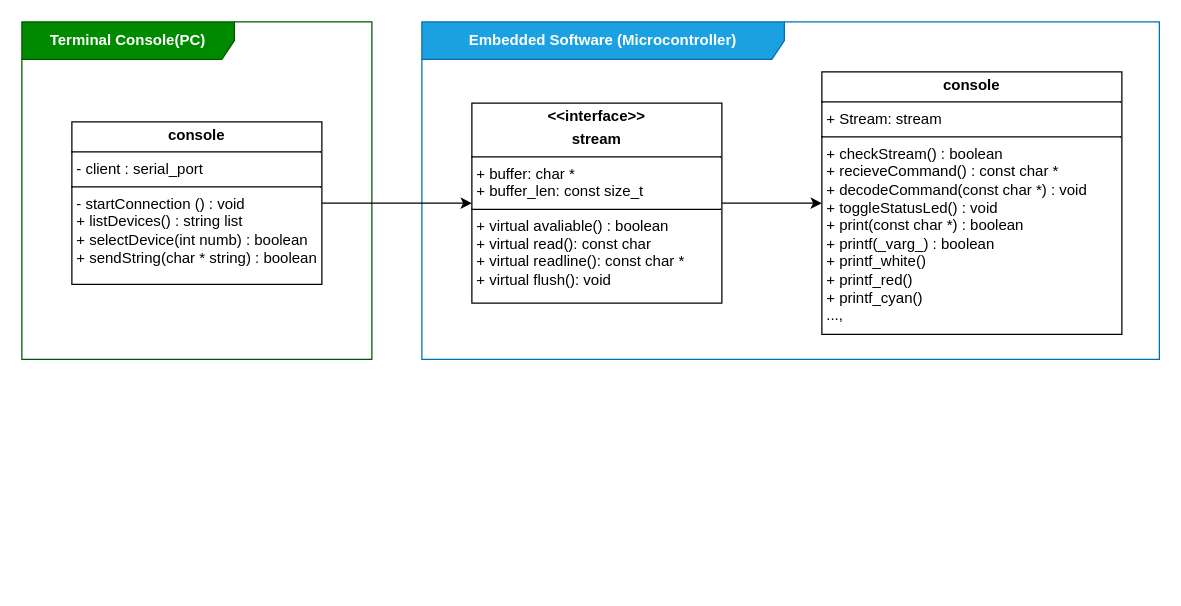
Flynsky/Embedded_Console keeps this draw.io diagram as doc/pic/overview_uml.drawio. Above is the earlier version. Source tidied: cells renumbered, new cells numbered last; positions are measured from the earlier drawing's top-left corner, leaving out a move shared by most shapes. Both pictures are drawn from the tidied source at 125%, with x=0, y=0 at pixel (21, 21).
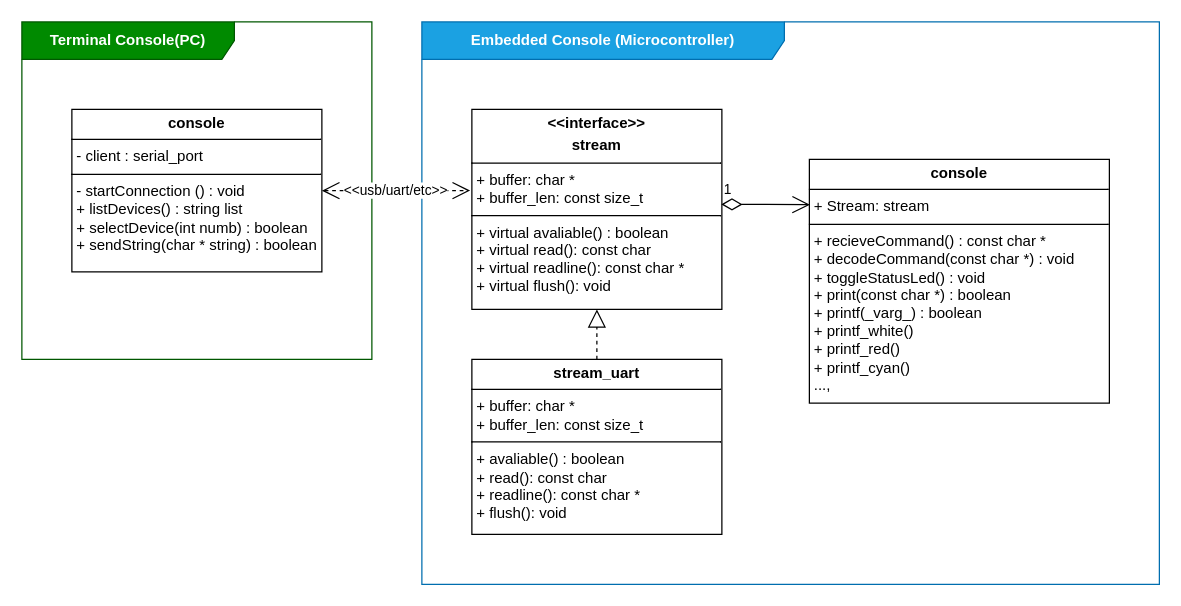
The same page after the edit.

What changed in the source:
```diff
@@
 <mxGraphModel>
   <root>
     <mxCell id="0" />
     <mxCell id="1" parent="0" />
-    <mxCell id="2" value="&lt;span style=&quot;font-weight: 700;&quot;&gt;Embedded Software (Microcontroller)&lt;/span&gt;" style="shape=umlFrame;whiteSpace=wrap;html=1;width=290;height=30;fillColor=#1ba1e2;fontColor=#ffffff;strokeColor=#006EAF;" parent="1" vertex="1">
-      <mxGeometry x="320" width="590" height="270" as="geometry" />
+    <mxCell id="2" value="&lt;span style=&quot;font-weight: 700;&quot;&gt;Embedded Console (Microcontroller)&lt;/span&gt;" style="shape=umlFrame;whiteSpace=wrap;html=1;width=290;height=30;fillColor=#1ba1e2;fontColor=#ffffff;strokeColor=#006EAF;" parent="1" vertex="1">
+      <mxGeometry x="320" width="590" height="450" as="geometry" />
     </mxCell>
-    <mxCell id="3" value="&lt;p style=&quot;margin:0px;margin-top:4px;text-align:center;&quot;&gt;&lt;b&gt;console&lt;/b&gt;&lt;/p&gt;&lt;hr size=&quot;1&quot; style=&quot;border-style:solid;&quot;&gt;&lt;p style=&quot;margin:0px;margin-left:4px;&quot;&gt;+ Stream: stream&lt;br&gt;&lt;/p&gt;&lt;hr size=&quot;1&quot; style=&quot;border-style:solid;&quot;&gt;&lt;p style=&quot;margin:0px;margin-left:4px;&quot;&gt;+ checkStream() : boolean&lt;/p&gt;&lt;p style=&quot;margin:0px;margin-left:4px;&quot;&gt;+ recieveCommand() : const char *&lt;/p&gt;&lt;p style=&quot;margin:0px;margin-left:4px;&quot;&gt;+ decodeCommand(const char *) : void&lt;/p&gt;&lt;p style=&quot;margin:0px;margin-left:4px;&quot;&gt;+ toggleStatusLed() : void&lt;/p&gt;&lt;p style=&quot;margin: 0px 0px 0px 4px;&quot;&gt;+ print(const char *) : boolean&lt;/p&gt;&lt;p style=&quot;margin: 0px 0px 0px 4px;&quot;&gt;+ printf(_varg_) : boolean&lt;/p&gt;&lt;p style=&quot;margin: 0px 0px 0px 4px;&quot;&gt;+ printf_white()&lt;/p&gt;&lt;p style=&quot;margin: 0px 0px 0px 4px;&quot;&gt;+ printf_red()&lt;/p&gt;&lt;p style=&quot;margin: 0px 0px 0px 4px;&quot;&gt;+ printf_cyan(&lt;span style=&quot;background-color: transparent; color: light-dark(rgb(0, 0, 0), rgb(255, 255, 255));&quot;&gt;)&lt;/span&gt;&lt;/p&gt;&lt;p style=&quot;margin: 0px 0px 0px 4px;&quot;&gt;&lt;span style=&quot;background-color: transparent; color: light-dark(rgb(0, 0, 0), rgb(255, 255, 255));&quot;&gt;...,&lt;/span&gt;&lt;/p&gt;" style="verticalAlign=top;align=left;overflow=fill;html=1;whiteSpace=wrap;" parent="1" vertex="1">
-      <mxGeometry x="640" y="40" width="240" height="210" as="geometry" />
+    <mxCell id="3" value="&lt;p style=&quot;margin:0px;margin-top:4px;text-align:center;&quot;&gt;&lt;b&gt;console&lt;/b&gt;&lt;/p&gt;&lt;hr size=&quot;1&quot; style=&quot;border-style:solid;&quot;&gt;&lt;p style=&quot;margin:0px;margin-left:4px;&quot;&gt;+ Stream: stream&lt;br&gt;&lt;/p&gt;&lt;hr size=&quot;1&quot; style=&quot;border-style:solid;&quot;&gt;&lt;p style=&quot;margin:0px;margin-left:4px;&quot;&gt;&lt;span style=&quot;background-color: transparent; color: light-dark(rgb(0, 0, 0), rgb(255, 255, 255));&quot;&gt;+ recieveCommand() : const char *&lt;/span&gt;&lt;/p&gt;&lt;p style=&quot;margin:0px;margin-left:4px;&quot;&gt;+ decodeCommand(const char *) : void&lt;/p&gt;&lt;p style=&quot;margin:0px;margin-left:4px;&quot;&gt;+ toggleStatusLed() : void&lt;/p&gt;&lt;p style=&quot;margin: 0px 0px 0px 4px;&quot;&gt;+ print(const char *) : boolean&lt;/p&gt;&lt;p style=&quot;margin: 0px 0px 0px 4px;&quot;&gt;+ printf(_varg_) : boolean&lt;/p&gt;&lt;p style=&quot;margin: 0px 0px 0px 4px;&quot;&gt;+ printf_white()&lt;/p&gt;&lt;p style=&quot;margin: 0px 0px 0px 4px;&quot;&gt;+ printf_red()&lt;/p&gt;&lt;p style=&quot;margin: 0px 0px 0px 4px;&quot;&gt;+ printf_cyan(&lt;span style=&quot;background-color: transparent; color: light-dark(rgb(0, 0, 0), rgb(255, 255, 255));&quot;&gt;)&lt;/span&gt;&lt;/p&gt;&lt;p style=&quot;margin: 0px 0px 0px 4px;&quot;&gt;&lt;span style=&quot;background-color: transparent; color: light-dark(rgb(0, 0, 0), rgb(255, 255, 255));&quot;&gt;...,&lt;/span&gt;&lt;/p&gt;" style="verticalAlign=top;align=left;overflow=fill;html=1;whiteSpace=wrap;" parent="1" vertex="1">
+      <mxGeometry x="630" y="110" width="240" height="195" as="geometry" />
     </mxCell>
-    <mxCell id="4" style="edgeStyle=orthogonalEdgeStyle;rounded=0;jettySize=auto;html=1;" parent="1" edge="1" source="5" target="3">
-      <mxGeometry relative="1" as="geometry" />
-    </mxCell>
     <mxCell id="5" value="&lt;p style=&quot;margin:0px;margin-top:4px;text-align:center;&quot;&gt;&lt;b&gt;&amp;lt;&amp;lt;interface&amp;gt;&amp;gt;&lt;/b&gt;&lt;/p&gt;&lt;p style=&quot;margin:0px;margin-top:4px;text-align:center;&quot;&gt;&lt;b&gt;stream&lt;/b&gt;&lt;/p&gt;&lt;hr size=&quot;1&quot; style=&quot;border-style:solid;&quot;&gt;&lt;p style=&quot;margin:0px;margin-left:4px;&quot;&gt;+ buffer: char *&lt;br&gt;+ buffer_len: const size_t&lt;/p&gt;&lt;hr size=&quot;1&quot; style=&quot;border-style:solid;&quot;&gt;&lt;p style=&quot;margin:0px;margin-left:4px;&quot;&gt;+ virtual avaliable() : boolean&lt;/p&gt;&lt;p style=&quot;margin:0px;margin-left:4px;&quot;&gt;+ virtual read(): const char&lt;/p&gt;&lt;p style=&quot;margin:0px;margin-left:4px;&quot;&gt;+ virtual readline(): const char *&lt;/p&gt;&lt;p style=&quot;margin:0px;margin-left:4px;&quot;&gt;+ virtual flush(): void&lt;/p&gt;&lt;p style=&quot;margin:0px;margin-left:4px;&quot;&gt;&lt;br&gt;&lt;/p&gt;" style="verticalAlign=top;align=left;overflow=fill;html=1;whiteSpace=wrap;" parent="1" vertex="1">
-      <mxGeometry x="360" y="65" width="200" height="160" as="geometry" />
+      <mxGeometry x="360" y="70" width="200" height="160" as="geometry" />
     </mxCell>
     <mxCell id="6" value="&lt;span style=&quot;font-weight: 700;&quot;&gt;Terminal Console(PC)&lt;/span&gt;" style="shape=umlFrame;whiteSpace=wrap;html=1;width=170;height=30;fillColor=#008a00;fontColor=#ffffff;strokeColor=#005700;" parent="1" vertex="1">
       <mxGeometry width="280" height="270" as="geometry" />
     </mxCell>
+    <mxCell id="8" value="&lt;p style=&quot;margin:0px;margin-top:4px;text-align:center;&quot;&gt;&lt;b&gt;console&lt;/b&gt;&lt;/p&gt;&lt;hr size=&quot;1&quot; style=&quot;border-style:solid;&quot;&gt;&lt;p style=&quot;margin:0px;margin-left:4px;&quot;&gt;- client : serial_port&lt;br&gt;&lt;/p&gt;&lt;hr size=&quot;1&quot; style=&quot;border-style:solid;&quot;&gt;&lt;p style=&quot;margin:0px;margin-left:4px;&quot;&gt;- startConnection () : void&lt;/p&gt;&lt;p style=&quot;margin:0px;margin-left:4px;&quot;&gt;&lt;span style=&quot;background-color: transparent; color: light-dark(rgb(0, 0, 0), rgb(255, 255, 255));&quot;&gt;+ listDevices() : string list&lt;/span&gt;&lt;/p&gt;&lt;p style=&quot;margin:0px;margin-left:4px;&quot;&gt;+ selectDevice(int numb) : boolean&lt;/p&gt;&lt;p style=&quot;margin:0px;margin-left:4px;&quot;&gt;+ sendString(char * string) : boolean&lt;/p&gt;&lt;p style=&quot;margin:0px;margin-left:4px;&quot;&gt;&lt;br&gt;&lt;/p&gt;" style="verticalAlign=top;align=left;overflow=fill;html=1;whiteSpace=wrap;" parent="1" vertex="1">
+      <mxGeometry x="40" y="70" width="200" height="130" as="geometry" />
+    </mxCell>
+    <mxCell id="9" value="&lt;p style=&quot;margin:0px;margin-top:4px;text-align:center;&quot;&gt;&lt;b&gt;stream_uart&lt;/b&gt;&lt;/p&gt;&lt;hr size=&quot;1&quot; style=&quot;border-style:solid;&quot;&gt;&lt;p style=&quot;margin:0px;margin-left:4px;&quot;&gt;+ buffer: char *&lt;br&gt;+ buffer_len: const size_t&lt;/p&gt;&lt;hr size=&quot;1&quot; style=&quot;border-style:solid;&quot;&gt;&lt;p style=&quot;margin:0px;margin-left:4px;&quot;&gt;+ avaliable() : boolean&lt;/p&gt;&lt;p style=&quot;margin:0px;margin-left:4px;&quot;&gt;+ read(): const char&lt;/p&gt;&lt;p style=&quot;margin:0px;margin-left:4px;&quot;&gt;+ readline(): const char *&lt;/p&gt;&lt;p style=&quot;margin:0px;margin-left:4px;&quot;&gt;+ flush(): void&lt;/p&gt;&lt;p style=&quot;margin:0px;margin-left:4px;&quot;&gt;&lt;br&gt;&lt;/p&gt;" style="verticalAlign=top;align=left;overflow=fill;html=1;whiteSpace=wrap;" parent="1" vertex="1">
+      <mxGeometry x="360" y="270" width="200" height="140" as="geometry" />
+    </mxCell>
+    <mxCell id="10" style="endArrow=block;dashed=1;endFill=0;endSize=12;html=1;rounded=0;entryX=0.5;entryY=1;entryDx=0;entryDy=0;exitX=0.5;exitY=0;exitDx=0;exitDy=0;" parent="1" edge="1" source="9" target="5">
+      <mxGeometry relative="1" as="geometry" />
+    </mxCell>
-    <mxCell id="7" style="edgeStyle=orthogonalEdgeStyle;rounded=0;jettySize=auto;html=1;entryX=0;entryY=0.5;entryDx=0;entryDy=0;" parent="1" edge="1" source="8" target="5">
+    <mxCell id="7" value="&amp;lt;&amp;lt;usb/uart/etc&amp;gt;&amp;gt;" style="endArrow=open;endSize=12;dashed=1;html=1;rounded=0;exitX=1;exitY=0.5;exitDx=0;exitDy=0;entryX=-0.007;entryY=0.406;entryDx=0;entryDy=0;entryPerimeter=0;startArrow=open;startFill=0;startSize=12;" parent="1" edge="1" source="8" target="5">
       <mxGeometry relative="1" as="geometry" />
     </mxCell>
-    <mxCell id="8" value="&lt;p style=&quot;margin:0px;margin-top:4px;text-align:center;&quot;&gt;&lt;b&gt;console&lt;/b&gt;&lt;/p&gt;&lt;hr size=&quot;1&quot; style=&quot;border-style:solid;&quot;&gt;&lt;p style=&quot;margin:0px;margin-left:4px;&quot;&gt;- client : serial_port&lt;br&gt;&lt;/p&gt;&lt;hr size=&quot;1&quot; style=&quot;border-style:solid;&quot;&gt;&lt;p style=&quot;margin:0px;margin-left:4px;&quot;&gt;- startConnection () : void&lt;/p&gt;&lt;p style=&quot;margin:0px;margin-left:4px;&quot;&gt;+ listDevices() : string list&lt;/p&gt;&lt;p style=&quot;margin:0px;margin-left:4px;&quot;&gt;+ selectDevice(int numb) : boolean&lt;/p&gt;&lt;p style=&quot;margin:0px;margin-left:4px;&quot;&gt;+ sendString(char * string) : boolean&lt;/p&gt;&lt;p style=&quot;margin:0px;margin-left:4px;&quot;&gt;&lt;br&gt;&lt;/p&gt;" style="verticalAlign=top;align=left;overflow=fill;html=1;whiteSpace=wrap;" parent="1" vertex="1">
-      <mxGeometry x="40" y="80" width="200" height="130" as="geometry" />
-    </mxCell>
+    <mxCell id="4" value="1" style="endArrow=open;html=1;endSize=12;startArrow=diamondThin;startSize=14;startFill=0;edgeStyle=orthogonalEdgeStyle;align=left;verticalAlign=bottom;rounded=0;exitX=0.998;exitY=0.475;exitDx=0;exitDy=0;entryX=0.002;entryY=0.186;entryDx=0;entryDy=0;entryPerimeter=0;exitPerimeter=0;" parent="1" edge="1" source="5" target="3">
+      <mxGeometry x="-1" y="3" relative="1" as="geometry" />
+    </mxCell>
   </root>
 </mxGraphModel>
```
